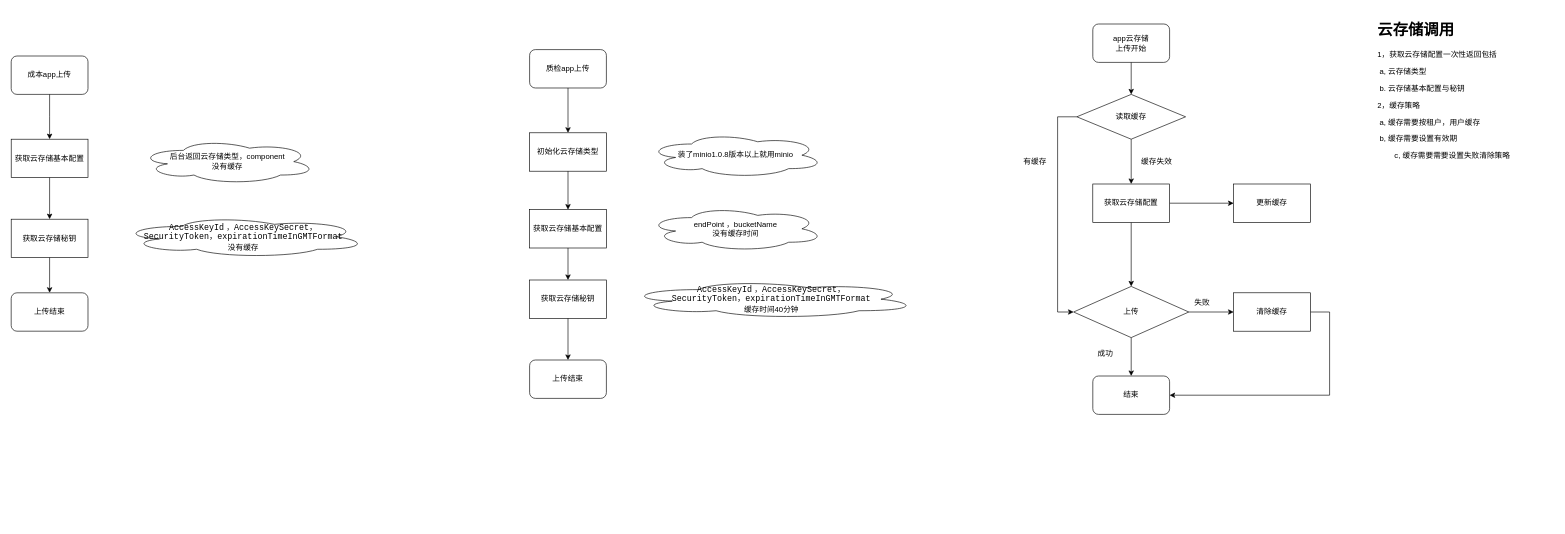
Earlier version of the draw.io diagram oss/Untitled Diagram.drawio (jsven/design-draw). Source tidied: cells renumbered, new cells numbered last; positions are measured from the earlier drawing's top-left corner, leaving out a move shared by most shapes. Both pictures are drawn from the tidied source at 64%, with x=0, y=0 at pixel (11, 17).
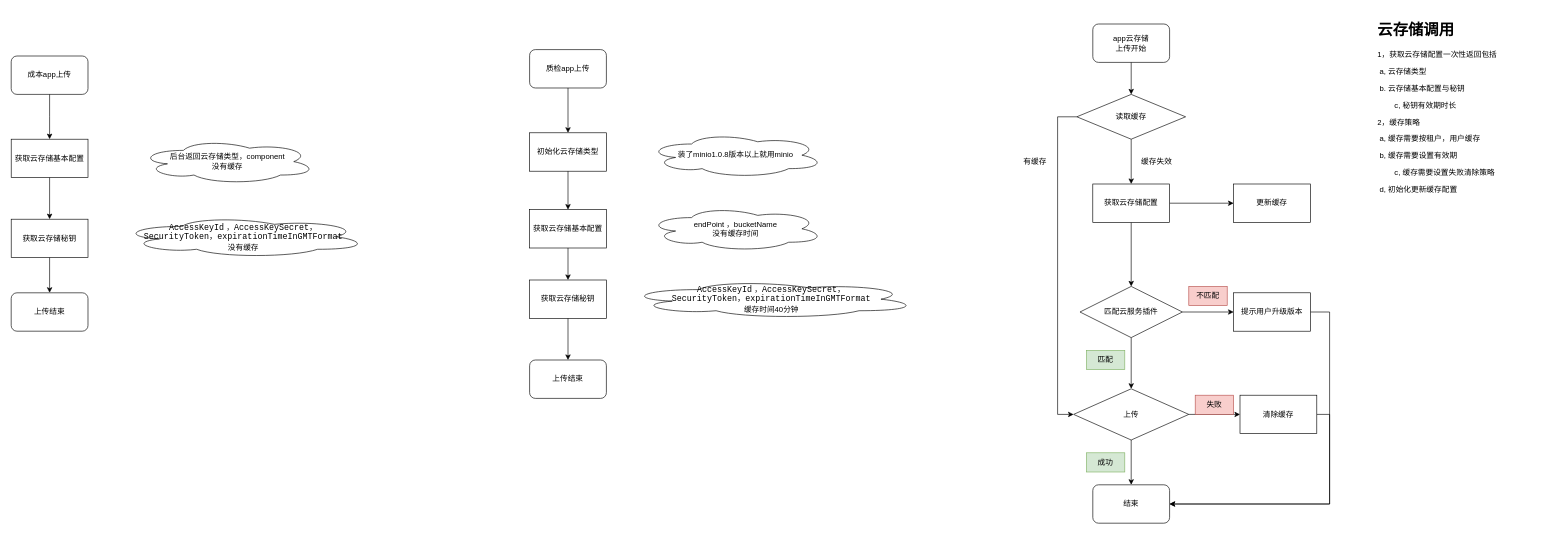
The same diagram, later.

The change refers to these unchanged cells:
```xml
<mxCell id="27" value="获取云存储配置" style="rounded=0;whiteSpace=wrap;html=1;" parent="1" vertex="1">
  <mxGeometry x="1690" y="260" width="120" height="60" as="geometry" />
</mxCell>
<mxCell id="31" value="读取缓存" style="rhombus;whiteSpace=wrap;html=1;labelBackgroundColor=none;fontColor=#000000;" parent="1" vertex="1">
  <mxGeometry x="1665" y="120" width="170" height="70" as="geometry" />
</mxCell>
```

Change to the diagram source:
```diff
@@
-    <mxCell id="25" style="edgeStyle=orthogonalEdgeStyle;rounded=0;jettySize=auto;html=1;entryX=0.5;entryY=0;entryDx=0;entryDy=0;fontColor=#000000;" parent="1" edge="1" source="27" target="34">
-      <mxGeometry relative="1" as="geometry" />
-    </mxCell>
@@
+    <mxCell id="44" style="edgeStyle=orthogonalEdgeStyle;rounded=0;jettySize=auto;html=1;entryX=0.5;entryY=0;entryDx=0;entryDy=0;fontColor=#000000;" parent="1" edge="1" source="27" target="47">
+      <mxGeometry relative="1" as="geometry" />
+    </mxCell>
@@
     <mxCell id="30" style="edgeStyle=orthogonalEdgeStyle;rounded=0;jettySize=auto;html=1;exitX=0;exitY=0.5;exitDx=0;exitDy=0;fontColor=#000000;entryX=0;entryY=0.5;entryDx=0;entryDy=0;" parent="1" edge="1" source="31" target="34">
       <mxGeometry relative="1" as="geometry">
         <Array as="points">
           <mxPoint x="1635" y="155" />
-          <mxPoint x="1635" y="460" />
+          <mxPoint x="1635" y="620" />
         </Array>
       </mxGeometry>
     </mxCell>
@@
     <mxCell id="34" value="上传" style="rhombus;whiteSpace=wrap;html=1;labelBackgroundColor=none;fontColor=#000000;" parent="1" vertex="1">
-      <mxGeometry x="1660" y="420" width="180" height="80" as="geometry" />
+      <mxGeometry x="1660" y="580" width="180" height="80" as="geometry" />
     </mxCell>
@@
     <mxCell id="37" value="结束" style="rounded=1;whiteSpace=wrap;html=1;labelBackgroundColor=none;fontColor=#000000;" parent="1" vertex="1">
-      <mxGeometry x="1690" y="560" width="120" height="60" as="geometry" />
+      <mxGeometry x="1690" y="730" width="120" height="60" as="geometry" />
     </mxCell>
@@
-    <mxCell id="39" value="&lt;h1&gt;云存储调用&lt;/h1&gt;&lt;p&gt;1，获取云存储配置一次性返回包括&lt;/p&gt;&lt;p&gt;&lt;span style=&quot;white-space: pre;&quot;&gt;&lt;span style=&quot;white-space: pre;&quot;&gt; &lt;/span&gt;a, 云存储类型&lt;/span&gt;&lt;/p&gt;&lt;p&gt;&lt;span style=&quot;white-space: pre;&quot;&gt;&lt;span style=&quot;white-space: pre;&quot;&gt; &lt;/span&gt;b. 云存储基本配置与秘钥&lt;/span&gt;&lt;/p&gt;&lt;p&gt;2，缓存策略&lt;/p&gt;&lt;p&gt;&lt;span style=&quot;white-space: pre;&quot;&gt;&lt;span style=&quot;white-space: pre;&quot;&gt; &lt;/span&gt;a, 缓存需要按租户，用户缓存&lt;/span&gt;&lt;/p&gt;&lt;p&gt;&lt;span style=&quot;white-space: pre;&quot;&gt;&lt;span style=&quot;white-space: pre;&quot;&gt; &lt;/span&gt;b, 缓存需要设置有效期&lt;/span&gt;&lt;/p&gt;&lt;p&gt;&amp;nbsp; &amp;nbsp; &amp;nbsp; &amp;nbsp; c, 缓存需要需要设置失败清除策略&lt;span style=&quot;white-space: pre;&quot;&gt; &lt;/span&gt;&lt;br&gt;&lt;/p&gt;" style="text;html=1;strokeColor=none;fillColor=none;spacing=5;spacingTop=-20;whiteSpace=wrap;overflow=hidden;rounded=0;labelBackgroundColor=none;fontColor=#000000;" parent="1" vertex="1">
-      <mxGeometry x="2130" width="280" height="390" as="geometry" />
+    <mxCell id="39" value="&lt;h1&gt;云存储调用&lt;/h1&gt;&lt;p&gt;1，获取云存储配置一次性返回包括&lt;/p&gt;&lt;p&gt;&lt;span style=&quot;white-space: pre;&quot;&gt;&lt;span style=&quot;white-space: pre;&quot;&gt; &lt;/span&gt;a, 云存储类型&lt;/span&gt;&lt;/p&gt;&lt;p&gt;&lt;span style=&quot;white-space: pre;&quot;&gt;&lt;span style=&quot;white-space: pre;&quot;&gt; &lt;/span&gt;b. 云存储基本配置与秘钥&lt;/span&gt;&lt;/p&gt;&lt;p&gt;&lt;span style=&quot;white-space: pre;&quot;&gt;        c, 秘钥有效期时长&lt;/span&gt;&lt;/p&gt;&lt;p&gt;2，缓存策略&lt;/p&gt;&lt;p&gt;&lt;span style=&quot;white-space: pre;&quot;&gt;&lt;span style=&quot;white-space: pre;&quot;&gt; &lt;/span&gt;a, 缓存需要按租户，用户缓存&lt;/span&gt;&lt;/p&gt;&lt;p&gt;&lt;span style=&quot;white-space: pre;&quot;&gt;&lt;span style=&quot;white-space: pre;&quot;&gt; &lt;/span&gt;b, 缓存需要设置有效期&lt;/span&gt;&lt;/p&gt;&lt;p&gt;&amp;nbsp; &amp;nbsp; &amp;nbsp; &amp;nbsp; c, 缓存需要设置失败清除策略&lt;span style=&quot;white-space: pre;&quot;&gt; &lt;/span&gt;&lt;br&gt;&lt;/p&gt;&lt;p&gt;&lt;span style=&quot;white-space: pre;&quot;&gt; &lt;/span&gt;d, 初始化更新缓存配置&lt;br&gt;&lt;/p&gt;&lt;p&gt;&amp;nbsp; &amp;nbsp;&amp;nbsp;&lt;/p&gt;" style="text;html=1;strokeColor=none;fillColor=none;spacing=5;spacingTop=-20;whiteSpace=wrap;overflow=hidden;rounded=0;labelBackgroundColor=none;fontColor=#000000;" parent="1" vertex="1">
+      <mxGeometry x="2130" width="260" height="290" as="geometry" />
     </mxCell>
     <mxCell id="40" style="edgeStyle=orthogonalEdgeStyle;rounded=0;jettySize=auto;html=1;entryX=1;entryY=0.5;entryDx=0;entryDy=0;fontColor=#000000;" parent="1" edge="1" source="41" target="37">
       <mxGeometry relative="1" as="geometry">
         <Array as="points">
-          <mxPoint x="2060" y="460" />
-          <mxPoint x="2060" y="590" />
+          <mxPoint x="2060" y="620" />
+          <mxPoint x="2060" y="760" />
         </Array>
       </mxGeometry>
     </mxCell>
     <mxCell id="41" value="清除缓存" style="rounded=0;whiteSpace=wrap;html=1;labelBackgroundColor=none;fontColor=#000000;" parent="1" vertex="1">
-      <mxGeometry x="1910" y="430" width="120" height="60" as="geometry" />
+      <mxGeometry x="1920" y="590" width="120" height="60" as="geometry" />
     </mxCell>
-    <mxCell id="42" value="成功" style="text;html=1;strokeColor=none;fillColor=none;align=center;verticalAlign=middle;whiteSpace=wrap;rounded=0;labelBackgroundColor=none;fontColor=#000000;" parent="1" vertex="1">
-      <mxGeometry x="1680" y="510" width="60" height="30" as="geometry" />
+    <mxCell id="42" value="成功" style="text;html=1;strokeColor=#82b366;fillColor=#d5e8d4;align=center;verticalAlign=middle;whiteSpace=wrap;rounded=0;labelBackgroundColor=none;" parent="1" vertex="1">
+      <mxGeometry x="1680" y="680" width="60" height="30" as="geometry" />
     </mxCell>
-    <mxCell id="43" value="失败" style="text;html=1;strokeColor=none;fillColor=none;align=center;verticalAlign=middle;whiteSpace=wrap;rounded=0;labelBackgroundColor=none;fontColor=#000000;" parent="1" vertex="1">
-      <mxGeometry x="1831" y="430" width="60" height="30" as="geometry" />
+    <mxCell id="43" value="失败" style="text;html=1;strokeColor=#b85450;fillColor=#f8cecc;align=center;verticalAlign=middle;whiteSpace=wrap;rounded=0;labelBackgroundColor=none;" parent="1" vertex="1">
+      <mxGeometry x="1850" y="590" width="60" height="30" as="geometry" />
     </mxCell>
+    <mxCell id="45" style="edgeStyle=orthogonalEdgeStyle;rounded=0;jettySize=auto;html=1;fontColor=#000000;" parent="1" edge="1" source="47" target="34">
+      <mxGeometry relative="1" as="geometry" />
+    </mxCell>
+    <mxCell id="46" style="edgeStyle=orthogonalEdgeStyle;rounded=0;jettySize=auto;html=1;entryX=0;entryY=0.5;entryDx=0;entryDy=0;fontColor=#000000;" parent="1" edge="1" source="47" target="49">
+      <mxGeometry relative="1" as="geometry" />
+    </mxCell>
+    <mxCell id="47" value="匹配云服务插件" style="rhombus;whiteSpace=wrap;html=1;labelBackgroundColor=none;fontColor=#000000;" parent="1" vertex="1">
+      <mxGeometry x="1670" y="420" width="160" height="80" as="geometry" />
+    </mxCell>
+    <mxCell id="48" style="edgeStyle=orthogonalEdgeStyle;rounded=0;jettySize=auto;html=1;fontColor=#000000;" parent="1" edge="1" source="49">
+      <mxGeometry relative="1" as="geometry">
+        <mxPoint x="1810" y="760" as="targetPoint" />
+        <Array as="points">
+          <mxPoint x="2060" y="460" />
+          <mxPoint x="2060" y="760" />
+        </Array>
+      </mxGeometry>
+    </mxCell>
+    <mxCell id="49" value="提示用户升级版本" style="rounded=0;whiteSpace=wrap;html=1;labelBackgroundColor=none;fontColor=#000000;" parent="1" vertex="1">
+      <mxGeometry x="1910" y="430" width="120" height="60" as="geometry" />
+    </mxCell>
+    <mxCell id="50" value="不匹配" style="text;html=1;strokeColor=#b85450;fillColor=#f8cecc;align=center;verticalAlign=middle;whiteSpace=wrap;rounded=0;labelBackgroundColor=none;" parent="1" vertex="1">
+      <mxGeometry x="1840" y="420" width="60" height="30" as="geometry" />
+    </mxCell>
+    <mxCell id="51" value="匹配" style="text;html=1;strokeColor=#82b366;fillColor=#d5e8d4;align=center;verticalAlign=middle;whiteSpace=wrap;rounded=0;labelBackgroundColor=none;" parent="1" vertex="1">
+      <mxGeometry x="1680" y="520" width="60" height="30" as="geometry" />
+    </mxCell>
```
